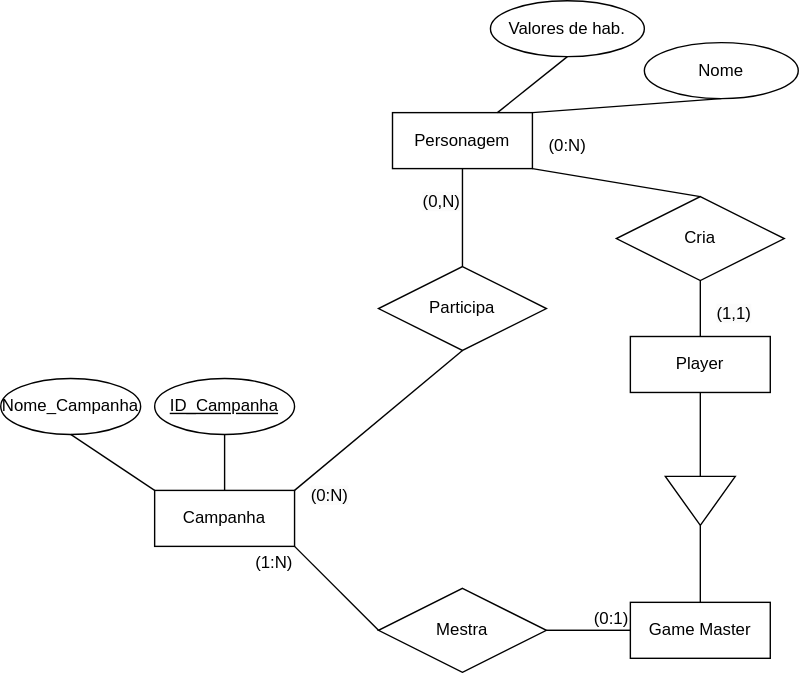
Above: Diagrama sem nome.drawio.svg in VitorFonseca123/DnD-RPG (draw.io), before the change. Source tidied: cells renumbered, new cells last; positions are measured from the earlier drawing's top-left corner, leaving out a move shared by most shapes.
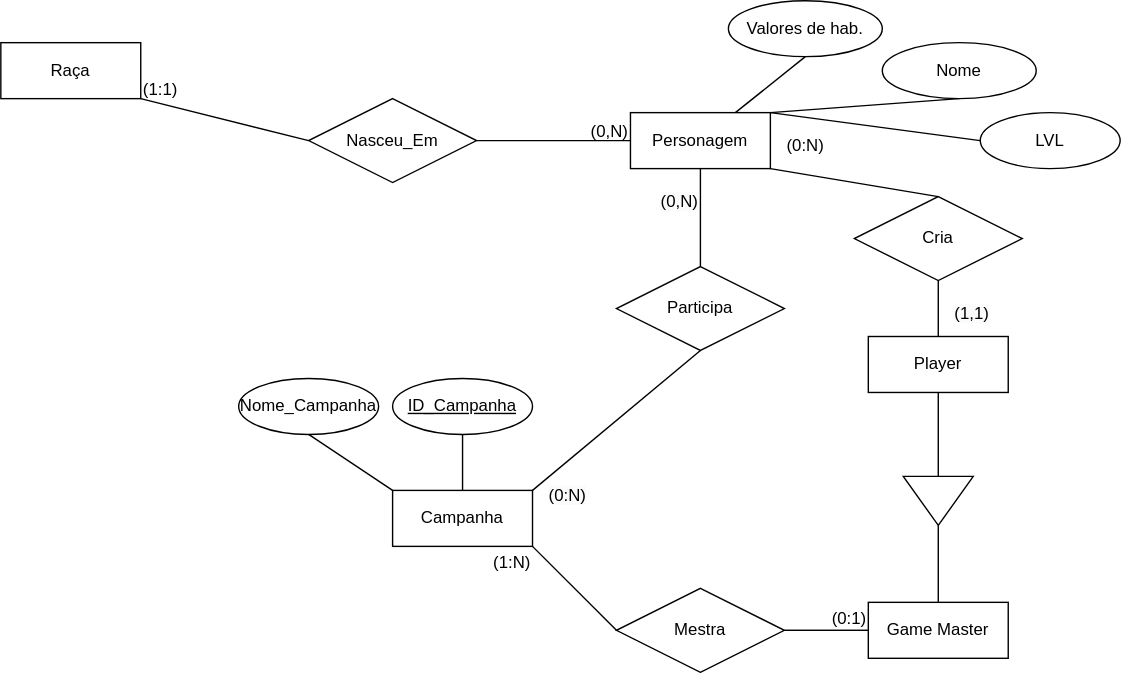
After the commit.

What changed in the source:
```diff
@@ -95,5 +95,29 @@
     <mxCell id="32" style="endArrow=none;html=1;rounded=0;exitX=0.5;exitY=1;exitDx=0;exitDy=0;entryX=1;entryY=0;entryDx=0;entryDy=0;" parent="1" edge="1" source="30" target="22">
       <mxGeometry relative="1" as="geometry" />
     </mxCell>
+    <mxCell id="33" value="LVL" style="ellipse;whiteSpace=wrap;html=1;align=center;" parent="1" vertex="1">
+      <mxGeometry x="530" y="80" width="100" height="40" as="geometry" />
+    </mxCell>
+    <mxCell id="34" style="endArrow=none;html=1;rounded=0;exitX=1;exitY=0;exitDx=0;exitDy=0;entryX=0;entryY=0.5;entryDx=0;entryDy=0;" parent="1" edge="1" source="22" target="33">
+      <mxGeometry relative="1" as="geometry" />
+    </mxCell>
+    <mxCell id="35" value="Raça" style="whiteSpace=wrap;html=1;align=center;" parent="1" vertex="1">
+      <mxGeometry x="-170" y="30" width="100" height="40" as="geometry" />
+    </mxCell>
+    <mxCell id="36" value="Nasceu_Em" style="shape=rhombus;perimeter=rhombusPerimeter;whiteSpace=wrap;html=1;align=center;" parent="1" vertex="1">
+      <mxGeometry x="50" y="70" width="120" height="60" as="geometry" />
+    </mxCell>
+    <mxCell id="37" style="endArrow=none;html=1;rounded=0;exitX=1;exitY=0.5;exitDx=0;exitDy=0;entryX=0;entryY=0.5;entryDx=0;entryDy=0;" parent="1" edge="1" source="36" target="22">
+      <mxGeometry relative="1" as="geometry" />
+    </mxCell>
+    <mxCell id="38" style="endArrow=none;html=1;rounded=0;exitX=0;exitY=0.5;exitDx=0;exitDy=0;entryX=1;entryY=1;entryDx=0;entryDy=0;" parent="1" edge="1" source="36" target="35">
+      <mxGeometry relative="1" as="geometry" />
+    </mxCell>
+    <mxCell id="39" value="&lt;span style=&quot;text-align: right; text-wrap: nowrap;&quot;&gt;(1&lt;/span&gt;&lt;span style=&quot;text-align: right; text-wrap: nowrap; background-color: initial;&quot;&gt;:1)&lt;/span&gt;" style="text;whiteSpace=wrap;html=1;" parent="1" vertex="1">
+      <mxGeometry x="-70" y="50" width="60" height="30" as="geometry" />
+    </mxCell>
+    <mxCell id="40" value="&lt;span style=&quot;text-align: right; text-wrap: nowrap;&quot;&gt;(0,N&lt;/span&gt;&lt;span style=&quot;text-align: right; text-wrap: nowrap; background-color: initial;&quot;&gt;)&lt;/span&gt;" style="text;whiteSpace=wrap;html=1;" parent="1" vertex="1">
+      <mxGeometry x="250" y="80" width="60" height="30" as="geometry" />
+    </mxCell>
   </root>
 </mxGraphModel>
```
